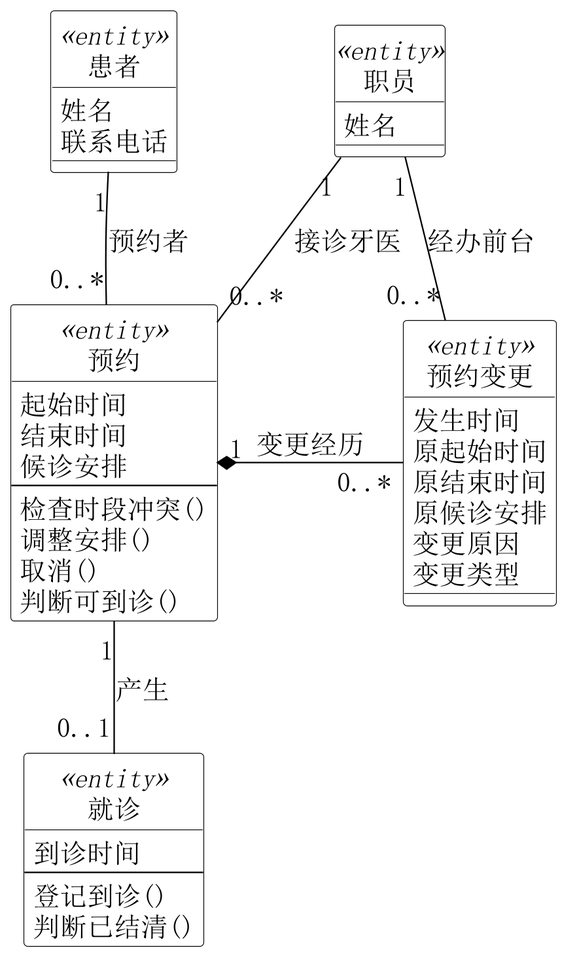
Earlier version of the PlantUML export 01-需求文档/diagrams/11-analysis-reception-entities.png (Shawmc-creator/systemAnalyseAndDesign). Source of this version:
```plantuml
@startuml
skinparam backgroundColor white
skinparam shadowing false
skinparam defaultFontName SimSun
skinparam defaultFontSize 18
skinparam dpi 220
skinparam ArrowColor black
skinparam class {
 BackgroundColor white
 BorderColor black
 FontColor black
}
skinparam classAttributeIconSize 0
hide circle
top to bottom direction
skinparam nodesep 50
skinparam ranksep 65
class "患者" as Patient <<entity>> {
 姓名
 联系电话
}
class "职员" as Staff <<entity>> {
 姓名
}
class "预约" as Appointment <<entity>> {
 起始时间
 结束时间
 候诊安排
 --
 检查时段冲突()
 调整安排()
 取消()
 判断可到诊()
}
class "预约变更" as Change <<entity>> {
 发生时间
 原起始时间
 原结束时间
 原候诊安排
 变更原因
 变更类型
}
class "就诊" as Visit <<entity>> {
 到诊时间
 --
 登记到诊()
 判断已结清()
}
Patient "1" -- "0..*" Appointment : 预约者
Staff "1" -- "0..*" Appointment : 接诊牙医
Appointment "1" *-right- "0..*" Change : 变更经历
Appointment "1" -down- "0..1" Visit : 产生
Staff "1" -- "0..*" Change : 经办前台
@enduml
```
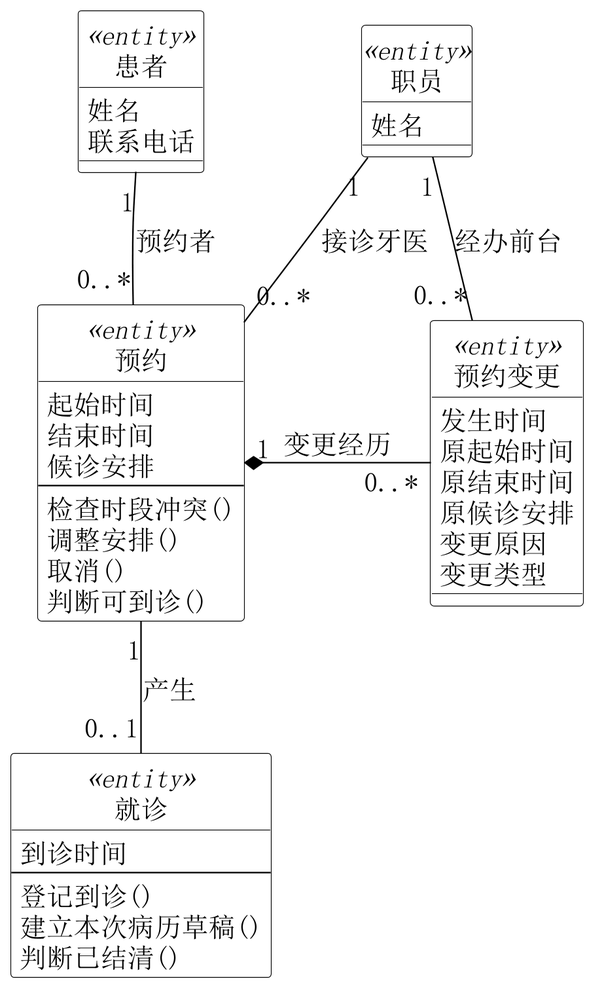
After the change.

Diff of the diagram source:
```diff
@@ -44,6 +44,7 @@
  到诊时间
  --
  登记到诊()
+ 建立本次病历草稿()
  判断已结清()
 }
 Patient "1" -- "0..*" Appointment : 预约者
```
